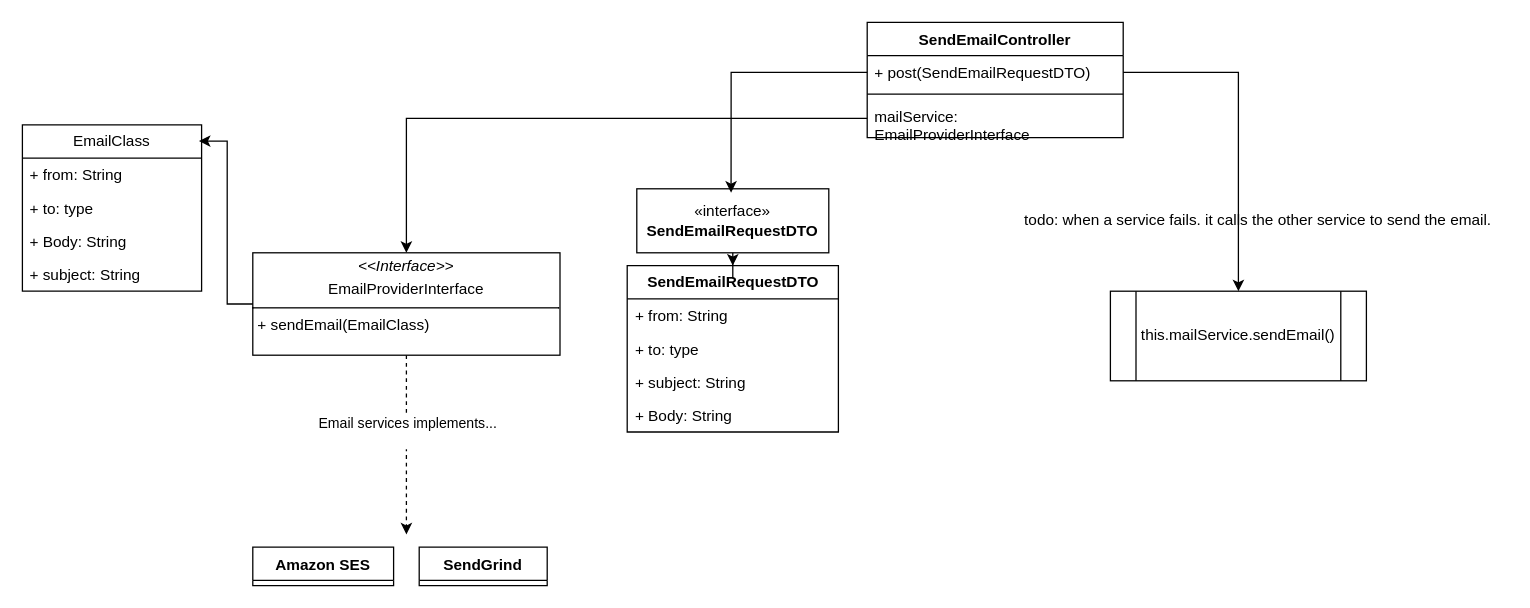
ThiaudioTT/UberEmailService keeps this draw.io diagram as UberEmailService.drawio. Above is the earlier version. Source tidied: cells renumbered, new cells numbered last; positions are measured from the earlier drawing's top-left corner, leaving out a move shared by most shapes. Both pictures are drawn from the tidied source at 128%, with x=0, y=0 at pixel (22, 22).
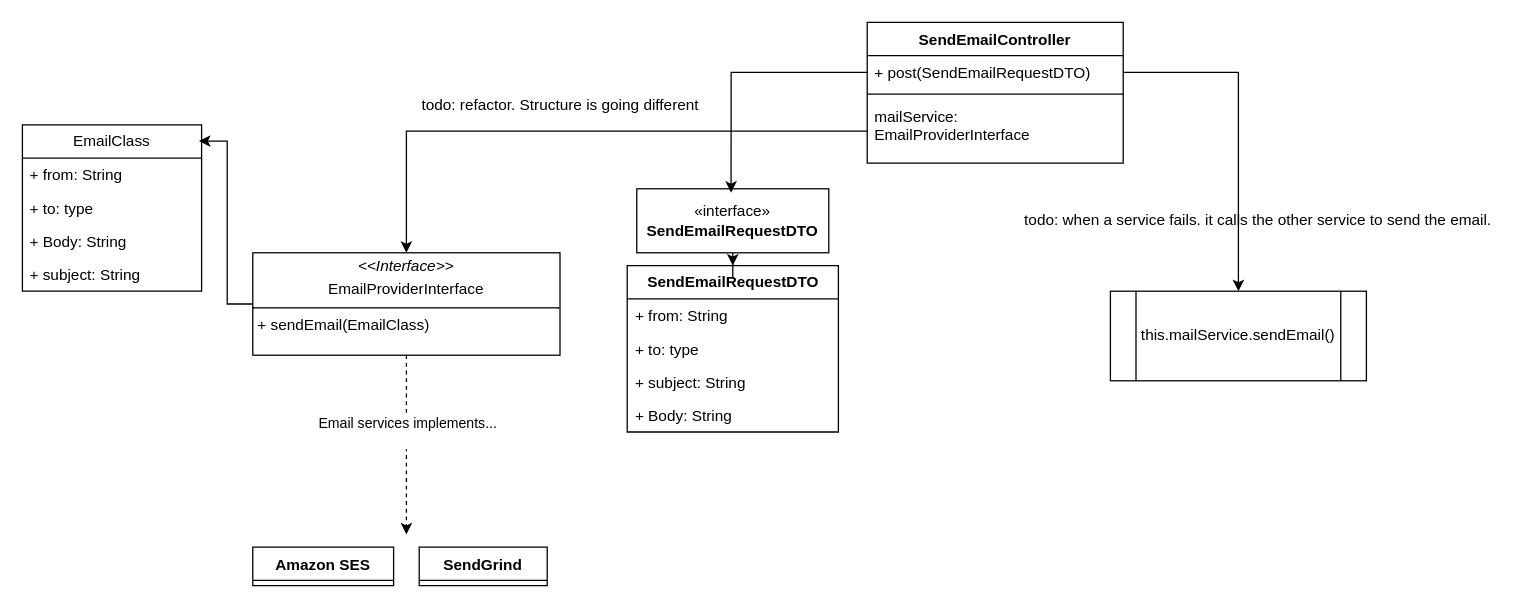
The same page after the edit.

Commit message (it also covers changes not shown here):
WIP: working on email service

What changed in the source:
```diff
@@
     <mxCell id="2" value="SendEmailController" style="swimlane;fontStyle=1;align=center;verticalAlign=top;horizontal=1;startSize=26;whiteSpace=wrap;html=1;" parent="1" vertex="1">
-      <mxGeometry x="660" width="200" height="90" as="geometry" />
+      <mxGeometry x="660" width="200" height="110" as="geometry" />
     </mxCell>
@@
     <mxCell id="5" value="mailService: EmailProviderInterface " style="text;strokeColor=none;fillColor=none;align=left;verticalAlign=top;spacingLeft=4;spacingRight=4;overflow=hidden;points=[[0,0.5],[1,0.5]];portConstraint=eastwest;whiteSpace=wrap;html=1;" parent="2" vertex="1">
-      <mxGeometry y="60" width="200" height="30" as="geometry" />
+      <mxGeometry y="60" width="200" height="50" as="geometry" />
     </mxCell>
@@
+    <mxCell id="29" value="todo: refactor. Structure is going different" style="text;html=1;align=center;verticalAlign=middle;strokeColor=none;fillColor=none;" parent="1" vertex="1">
+      <mxGeometry x="300" y="50" width="240" height="30" as="geometry" />
+    </mxCell>
```
